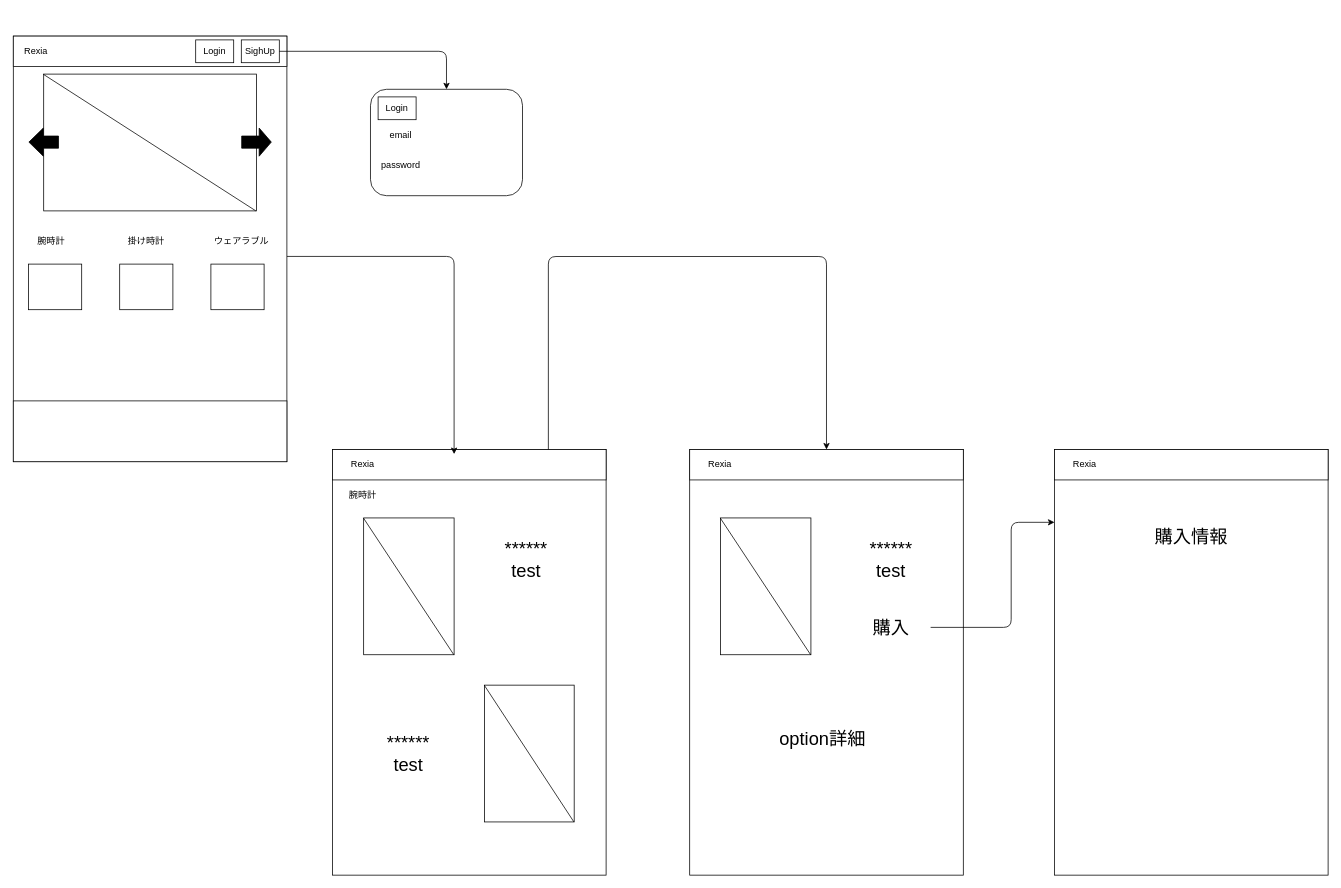
Above: Rexia-Wireflame.drawio in besumero628/react-rails-ec (draw.io), before the change. Source tidied: cells renumbered, new cells numbered last; positions are measured from the earlier drawing's top-left corner, leaving out a move shared by most shapes. Both pictures are drawn from the tidied source at 76%, with x=0, y=0 at pixel (13, 36).
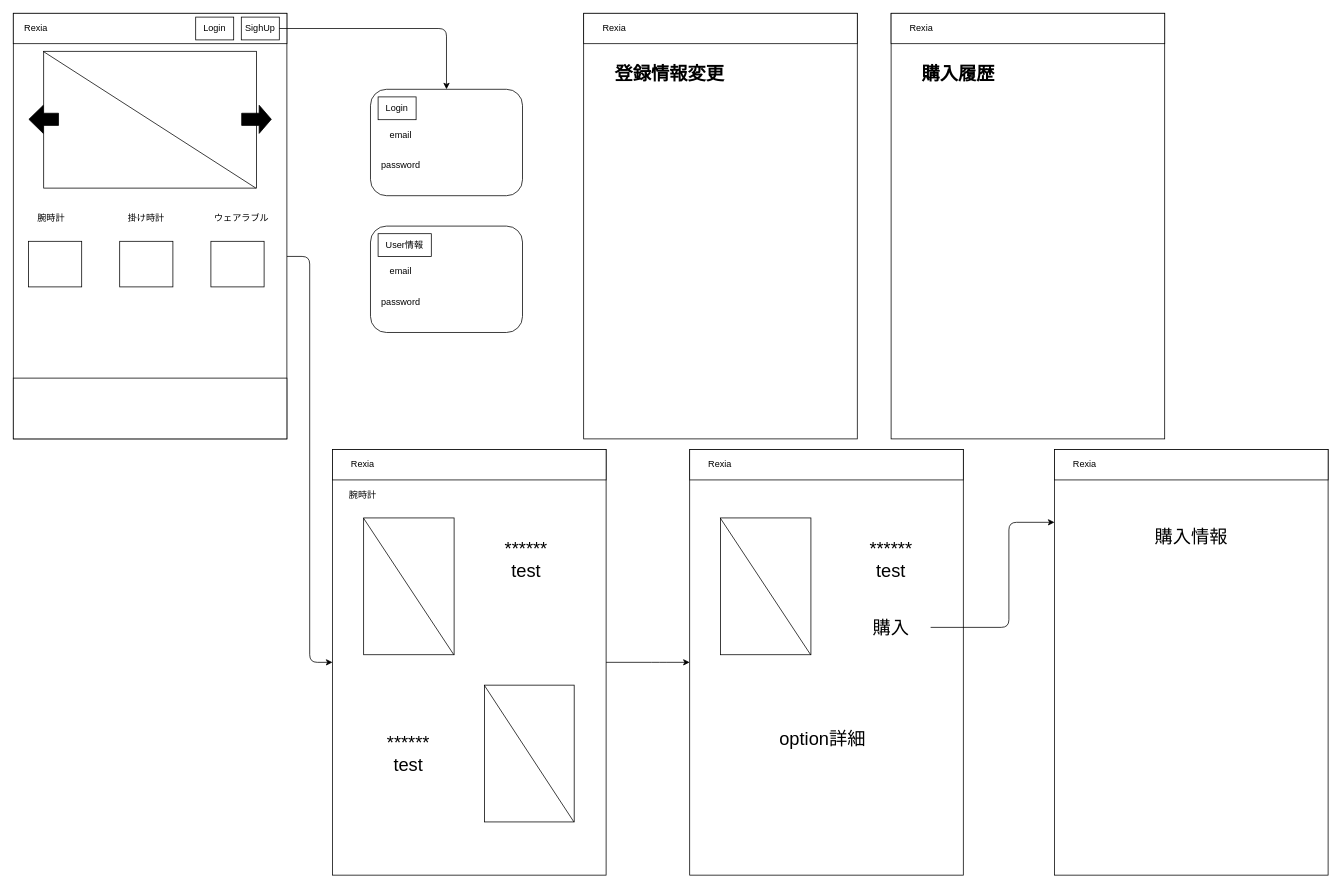
The same page after the edit.

Commit message:
user wire-frame

Unchanged cells that the change refers to:
```xml
<mxCell id="23" style="rounded=0;whiteSpace=wrap;html=1;" parent="1" vertex="1">
  <mxGeometry x="420" y="544" width="360" height="560" as="geometry" />
</mxCell>
<mxCell id="24" style="rounded=0;whiteSpace=wrap;html=1;" parent="1" vertex="1">
  <mxGeometry x="420" y="544" width="360" height="40" as="geometry" />
</mxCell>
<mxCell id="34" style="rounded=0;whiteSpace=wrap;html=1;" parent="1" vertex="1">
  <mxGeometry x="890" y="544" width="360" height="560" as="geometry" />
</mxCell>
<mxCell id="42" style="rounded=0;whiteSpace=wrap;html=1;" parent="1" vertex="1">
  <mxGeometry x="1370" y="544" width="360" height="560" as="geometry" />
</mxCell>
```

Change to the diagram source:
```diff
@@
     <mxCell id="2" style="rounded=0;whiteSpace=wrap;html=1;" parent="1" vertex="1">
-      <mxGeometry width="360" height="560" as="geometry" />
+      <mxGeometry y="-30" width="360" height="560" as="geometry" />
     </mxCell>
     <mxCell id="3" style="rounded=0;whiteSpace=wrap;html=1;" parent="1" vertex="1">
-      <mxGeometry width="360" height="40" as="geometry" />
+      <mxGeometry y="-30" width="360" height="40" as="geometry" />
     </mxCell>
     <mxCell id="4" style="rounded=0;whiteSpace=wrap;html=1;" parent="1" vertex="1">
-      <mxGeometry x="40" y="50" width="280" height="180" as="geometry" />
+      <mxGeometry x="40" y="20" width="280" height="180" as="geometry" />
     </mxCell>
@@
     <mxCell id="6" style="shape=flexArrow;endArrow=classic;html=1;fillColor=#000000;width=16;endSize=5;" parent="1" edge="1">
       <mxGeometry relative="1" as="geometry">
-        <mxPoint x="300" y="139.5" as="sourcePoint" />
-        <mxPoint x="340" y="139.5" as="targetPoint" />
+        <mxPoint x="300" y="109.5" as="sourcePoint" />
+        <mxPoint x="340" y="109.5" as="targetPoint" />
       </mxGeometry>
     </mxCell>
     <mxCell id="7" style="shape=flexArrow;endArrow=none;html=1;fillColor=#000000;width=16;endSize=5;startArrow=block;startFill=0;endFill=0;" parent="1" edge="1">
       <mxGeometry relative="1" as="geometry">
-        <mxPoint x="20" y="139.5" as="sourcePoint" />
-        <mxPoint x="60" y="139.5" as="targetPoint" />
+        <mxPoint x="20" y="109.5" as="sourcePoint" />
+        <mxPoint x="60" y="109.5" as="targetPoint" />
       </mxGeometry>
     </mxCell>
     <mxCell id="8" value="SighUp" style="rounded=0;whiteSpace=wrap;html=1;" parent="1" vertex="1">
-      <mxGeometry x="300" y="5" width="50" height="30" as="geometry" />
+      <mxGeometry x="300" y="-25" width="50" height="30" as="geometry" />
     </mxCell>
     <mxCell id="9" value="Login" style="rounded=0;whiteSpace=wrap;html=1;" parent="1" vertex="1">
-      <mxGeometry x="240" y="5" width="50" height="30" as="geometry" />
+      <mxGeometry x="240" y="-25" width="50" height="30" as="geometry" />
     </mxCell>
     <mxCell id="10" value="Rexia" style="text;html=1;strokeColor=none;fillColor=none;align=center;verticalAlign=middle;whiteSpace=wrap;rounded=0;" parent="1" vertex="1">
-      <mxGeometry x="10" y="10" width="40" height="20" as="geometry" />
+      <mxGeometry x="10" y="-20" width="40" height="20" as="geometry" />
     </mxCell>
     <mxCell id="11" value="腕時計" style="text;html=1;strokeColor=none;fillColor=none;align=center;verticalAlign=middle;whiteSpace=wrap;rounded=0;" parent="1" vertex="1">
-      <mxGeometry x="30" y="260" width="40" height="20" as="geometry" />
+      <mxGeometry x="30" y="230" width="40" height="20" as="geometry" />
     </mxCell>
     <mxCell id="12" value="掛け時計" style="text;html=1;strokeColor=none;fillColor=none;align=center;verticalAlign=middle;whiteSpace=wrap;rounded=0;" parent="1" vertex="1">
-      <mxGeometry x="150" y="260" width="50" height="20" as="geometry" />
+      <mxGeometry x="150" y="230" width="50" height="20" as="geometry" />
     </mxCell>
     <mxCell id="13" value="ウェアラブル" style="text;html=1;strokeColor=none;fillColor=none;align=center;verticalAlign=middle;whiteSpace=wrap;rounded=0;" parent="1" vertex="1">
-      <mxGeometry x="262.5" y="260" width="75" height="20" as="geometry" />
+      <mxGeometry x="262.5" y="230" width="75" height="20" as="geometry" />
     </mxCell>
     <mxCell id="14" style="rounded=0;whiteSpace=wrap;html=1;" parent="1" vertex="1">
-      <mxGeometry x="20" y="300" width="70" height="60" as="geometry" />
+      <mxGeometry x="20" y="270" width="70" height="60" as="geometry" />
     </mxCell>
     <mxCell id="15" style="rounded=0;whiteSpace=wrap;html=1;" parent="1" vertex="1">
-      <mxGeometry x="140" y="300" width="70" height="60" as="geometry" />
+      <mxGeometry x="140" y="270" width="70" height="60" as="geometry" />
     </mxCell>
     <mxCell id="16" style="rounded=0;whiteSpace=wrap;html=1;" parent="1" vertex="1">
-      <mxGeometry x="260" y="300" width="70" height="60" as="geometry" />
+      <mxGeometry x="260" y="270" width="70" height="60" as="geometry" />
     </mxCell>
     <mxCell id="17" style="rounded=0;whiteSpace=wrap;html=1;" parent="1" vertex="1">
-      <mxGeometry y="480" width="360" height="80" as="geometry" />
+      <mxGeometry y="450" width="360" height="80" as="geometry" />
     </mxCell>
@@
-    <mxCell id="31" style="edgeStyle=elbowEdgeStyle;elbow=horizontal;endArrow=classic;html=1;fillColor=#000000;gradientColor=#ffffff;exitX=1;exitY=0.5;exitDx=0;exitDy=0;entryX=0.445;entryY=0.15;entryDx=0;entryDy=0;entryPerimeter=0;" parent="1" edge="1" target="24">
+    <mxCell id="31" style="edgeStyle=elbowEdgeStyle;elbow=horizontal;endArrow=classic;html=1;fillColor=#000000;gradientColor=#ffffff;exitX=1;exitY=0.5;exitDx=0;exitDy=0;entryX=0;entryY=0.5;entryDx=0;entryDy=0;" parent="1" edge="1" target="23">
       <mxGeometry relative="1" as="geometry">
         <mxPoint x="360.1" y="289.9" as="sourcePoint" />
         <Array as="points">
-          <mxPoint x="580" y="299.5" />
+          <mxPoint x="390" y="460" />
+          <mxPoint x="410" y="410" />
           <mxPoint x="570" y="299.5" />
         </Array>
       </mxGeometry>
     </mxCell>
@@
-    <mxCell id="35" style="edgeStyle=elbowEdgeStyle;elbow=horizontal;endArrow=classic;html=1;fillColor=#000000;gradientColor=#ffffff;exitX=0.789;exitY=0;exitDx=0;exitDy=0;exitPerimeter=0;" parent="1" edge="1" source="24" target="34">
+    <mxCell id="35" style="edgeStyle=elbowEdgeStyle;elbow=horizontal;endArrow=classic;html=1;fillColor=#000000;gradientColor=#ffffff;exitX=1;exitY=0.5;exitDx=0;exitDy=0;entryX=0;entryY=0.5;entryDx=0;entryDy=0;" parent="1" edge="1" source="23" target="34">
       <mxGeometry relative="1" as="geometry">
         <Array as="points">
-          <mxPoint x="810" y="290" />
+          <mxPoint x="850" y="780" />
           <mxPoint x="830" y="280" />
           <mxPoint x="830" y="430" />
           <mxPoint x="1030" y="299.5" />
         </Array>
       </mxGeometry>
     </mxCell>
@@
     <mxCell id="45" style="edgeStyle=elbowEdgeStyle;elbow=horizontal;endArrow=classic;html=1;fillColor=#000000;gradientColor=#ffffff;exitX=0.789;exitY=0;exitDx=0;exitDy=0;exitPerimeter=0;entryX=0;entryY=0.171;entryDx=0;entryDy=0;entryPerimeter=0;" parent="1" edge="1" target="42">
       <mxGeometry relative="1" as="geometry">
         <mxPoint x="1207" y="778" as="sourcePoint" />
         <Array as="points">
+          <mxPoint x="1310" y="710" />
           <mxPoint x="1313" y="524" />
           <mxPoint x="1333" y="514" />
           <mxPoint x="1333" y="664" />
           <mxPoint x="1533" y="533.5" />
         </Array>
       </mxGeometry>
     </mxCell>
@@
+    <mxCell id="48" style="rounded=0;whiteSpace=wrap;html=1;" parent="1" vertex="1">
+      <mxGeometry x="750.5" y="-30" width="360" height="560" as="geometry" />
+    </mxCell>
+    <mxCell id="49" style="rounded=0;whiteSpace=wrap;html=1;" parent="1" vertex="1">
+      <mxGeometry x="750.5" y="-30" width="360" height="40" as="geometry" />
+    </mxCell>
+    <mxCell id="50" value="Rexia" style="text;html=1;strokeColor=none;fillColor=none;align=center;verticalAlign=middle;whiteSpace=wrap;rounded=0;" parent="1" vertex="1">
+      <mxGeometry x="770.5" y="-20" width="40" height="20" as="geometry" />
+    </mxCell>
+    <mxCell id="51" value="&lt;b&gt;&lt;font style=&quot;font-size: 24px&quot;&gt;登録情報変更&lt;/font&gt;&lt;/b&gt;" style="text;html=1;strokeColor=none;fillColor=none;align=center;verticalAlign=middle;whiteSpace=wrap;rounded=0;" parent="1" vertex="1">
+      <mxGeometry x="787" y="40" width="153" height="20" as="geometry" />
+    </mxCell>
+    <mxCell id="52" style="rounded=0;whiteSpace=wrap;html=1;" parent="1" vertex="1">
+      <mxGeometry x="1155" y="-30" width="360" height="560" as="geometry" />
+    </mxCell>
+    <mxCell id="53" style="rounded=0;whiteSpace=wrap;html=1;" parent="1" vertex="1">
+      <mxGeometry x="1155" y="-30" width="360" height="40" as="geometry" />
+    </mxCell>
+    <mxCell id="54" value="Rexia" style="text;html=1;strokeColor=none;fillColor=none;align=center;verticalAlign=middle;whiteSpace=wrap;rounded=0;" parent="1" vertex="1">
+      <mxGeometry x="1175" y="-20" width="40" height="20" as="geometry" />
+    </mxCell>
+    <mxCell id="55" value="&lt;b&gt;&lt;font style=&quot;font-size: 24px&quot;&gt;購入履歴&lt;/font&gt;&lt;/b&gt;" style="text;html=1;strokeColor=none;fillColor=none;align=center;verticalAlign=middle;whiteSpace=wrap;rounded=0;" parent="1" vertex="1">
+      <mxGeometry x="1191.5" y="40" width="103" height="20" as="geometry" />
+    </mxCell>
+    <mxCell id="56" style="rounded=1;whiteSpace=wrap;html=1;" parent="1" vertex="1">
+      <mxGeometry x="470" y="250" width="200" height="140" as="geometry" />
+    </mxCell>
+    <mxCell id="57" value="User情報" style="rounded=0;whiteSpace=wrap;html=1;" parent="1" vertex="1">
+      <mxGeometry x="480" y="260" width="70" height="30" as="geometry" />
+    </mxCell>
+    <mxCell id="58" value="email" style="text;html=1;strokeColor=none;fillColor=none;align=center;verticalAlign=middle;whiteSpace=wrap;rounded=0;" parent="1" vertex="1">
+      <mxGeometry x="490" y="300" width="40" height="20" as="geometry" />
+    </mxCell>
+    <mxCell id="59" value="password" style="text;html=1;strokeColor=none;fillColor=none;align=center;verticalAlign=middle;whiteSpace=wrap;rounded=0;" parent="1" vertex="1">
+      <mxGeometry x="490" y="340" width="40" height="20" as="geometry" />
+    </mxCell>
```
